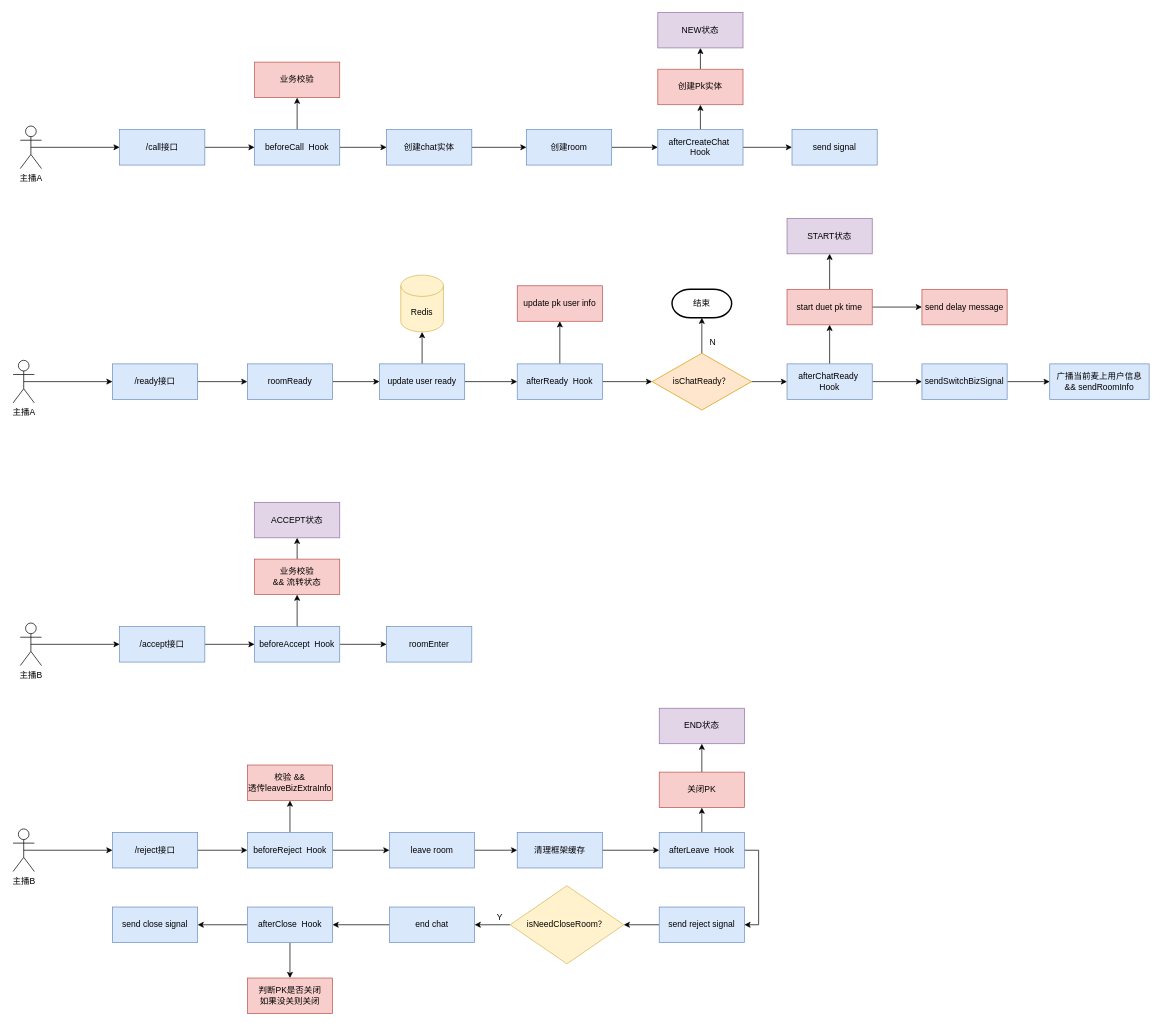
This is PK.drawio from fengyn1218/draw-pic, a draw.io file, before an edit. Source tidied: cells renumbered, new cells numbered last; positions are measured from the earlier drawing's top-left corner, leaving out a move shared by most shapes. Both pictures are drawn from the tidied source at 71%, with x=0, y=0 at pixel (13, 12).
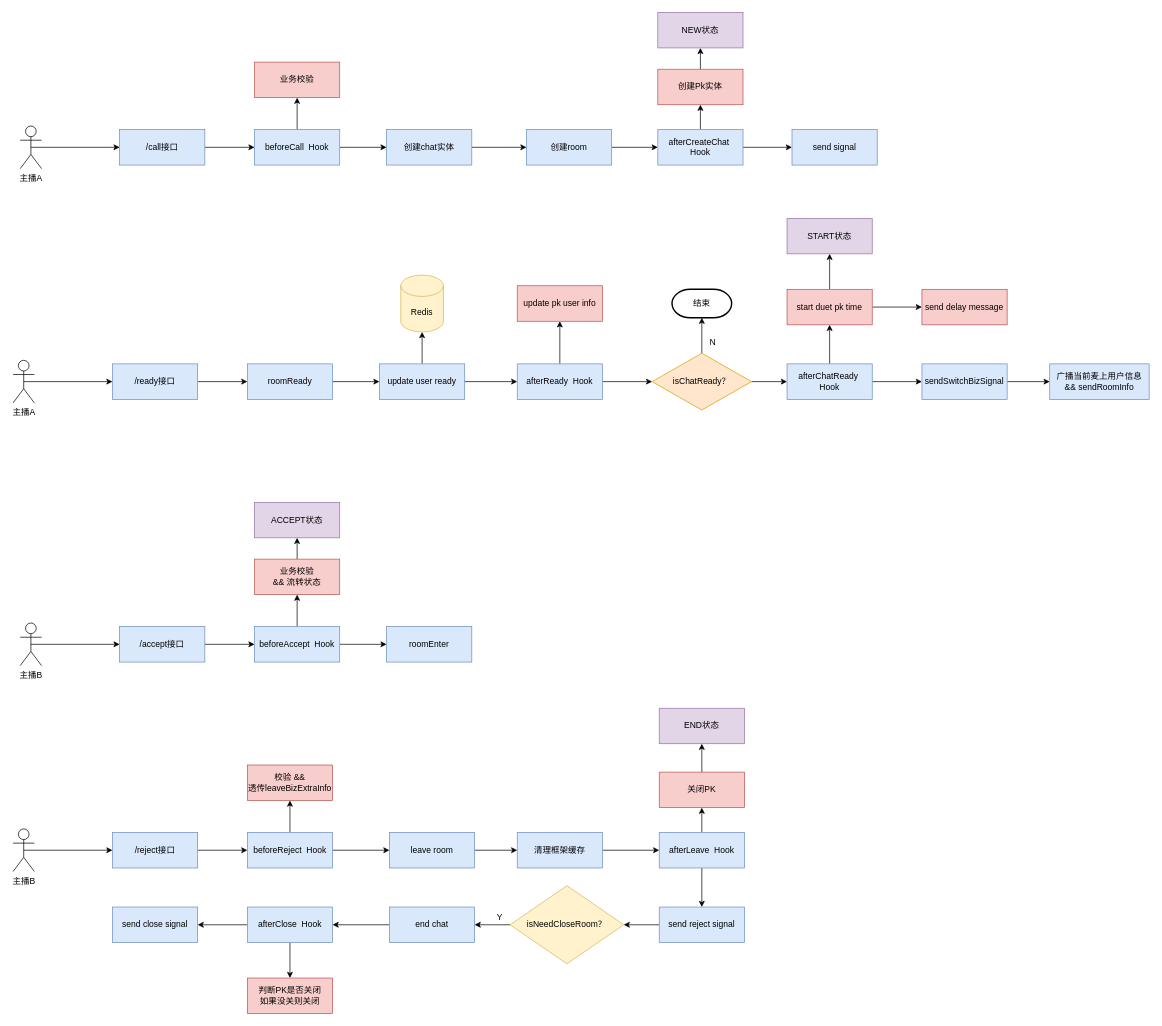
The same diagram, later.

The change refers to these unchanged cells:
```xml
<mxCell id="75" value="afterLeave&amp;nbsp; Hook" style="rounded=0;whiteSpace=wrap;html=1;fillColor=#dae8fc;strokeColor=#6c8ebf;" parent="1" vertex="1">
  <mxGeometry x="910" y="1155" width="120" height="50" as="geometry" />
</mxCell>
<mxCell id="80" value="send reject signal" style="rounded=0;whiteSpace=wrap;html=1;fillColor=#dae8fc;strokeColor=#6c8ebf;" parent="1" vertex="1">
  <mxGeometry x="910" y="1260" width="120" height="50" as="geometry" />
</mxCell>
```

The edit, as a diff of the source:
```diff
@@
-    <mxCell id="74" style="edgeStyle=orthogonalEdgeStyle;rounded=0;jettySize=auto;html=1;exitX=1;exitY=0.5;exitDx=0;exitDy=0;entryX=1;entryY=0.5;entryDx=0;entryDy=0;" parent="1" edge="1" source="75" target="80">
+    <mxCell id="74" style="edgeStyle=orthogonalEdgeStyle;rounded=0;jettySize=auto;html=1;exitX=0.5;exitY=1;exitDx=0;exitDy=0;entryX=0.5;entryY=0;entryDx=0;entryDy=0;" parent="1" edge="1" source="75" target="80">
       <mxGeometry relative="1" as="geometry" />
     </mxCell>
```
